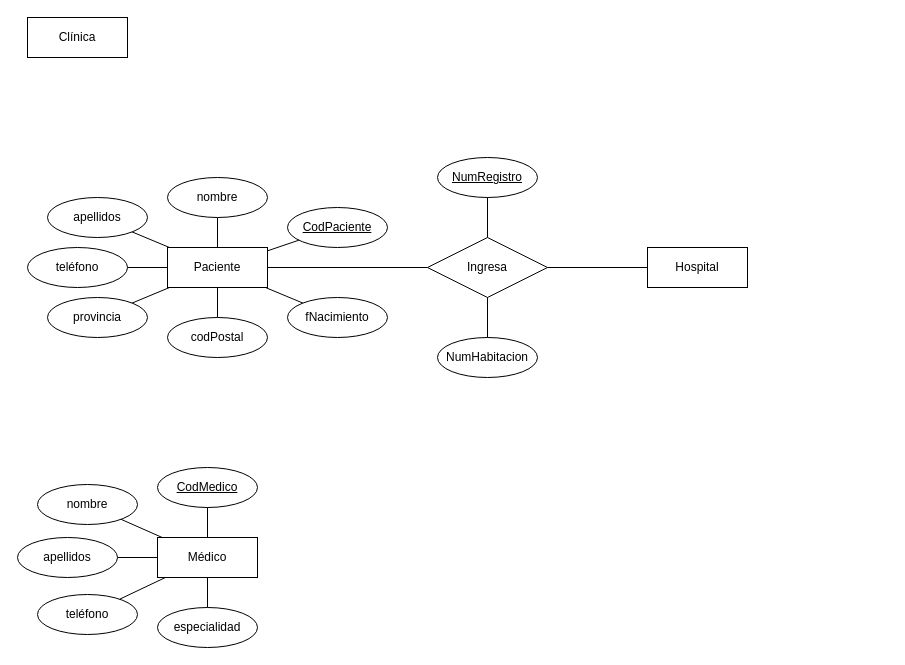
DanielGZamora/testing keeps this draw.io diagram as modeloEntidarRelacion1.drawio. Above is the earlier version. Source tidied: cells renumbered, new cells numbered last; positions are measured from the earlier drawing's top-left corner, leaving out a move shared by most shapes. Both pictures are drawn from the tidied source at 100%, with x=0, y=0 at pixel (17, 17).
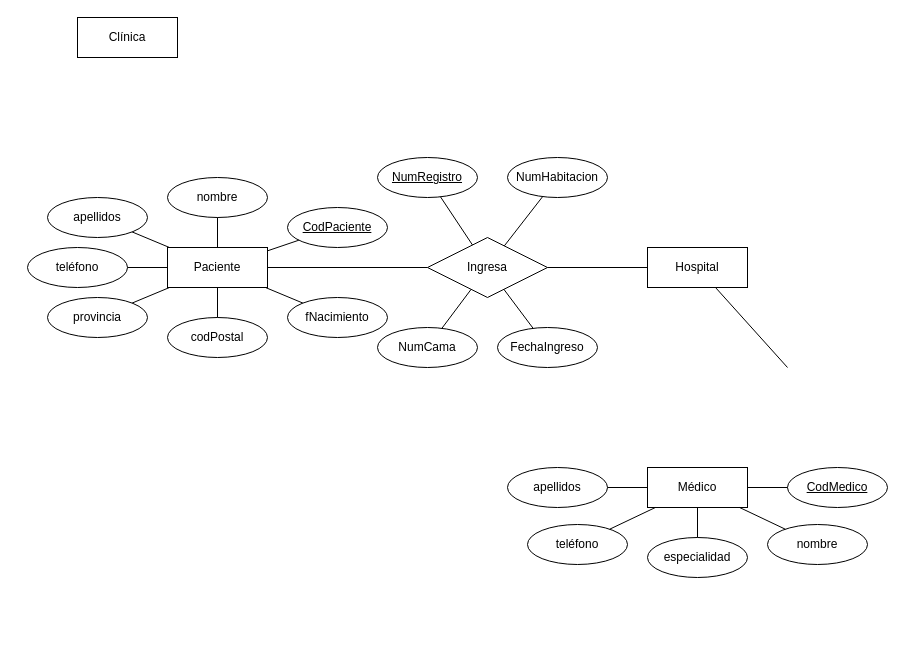
The same diagram, later.

The change refers to these unchanged cells:
```xml
<mxCell id="18" value="Ingresa" style="shape=rhombus;perimeter=rhombusPerimeter;whiteSpace=wrap;html=1;align=center;" parent="1" vertex="1">
  <mxGeometry x="410" y="220" width="120" height="60" as="geometry" />
</mxCell>
<mxCell id="31" value="Hospital" style="whiteSpace=wrap;html=1;align=center;" parent="1" vertex="1">
  <mxGeometry x="630" y="230" width="100" height="40" as="geometry" />
</mxCell>
```

The edit, as a diff of the source:
```diff
@@
     <mxCell id="2" value="Clínica" style="whiteSpace=wrap;html=1;align=center;" parent="1" vertex="1">
-      <mxGeometry x="10" width="100" height="40" as="geometry" />
+      <mxGeometry x="60" width="100" height="40" as="geometry" />
     </mxCell>
@@
     <mxCell id="20" value="Médico" style="whiteSpace=wrap;html=1;align=center;" parent="1" vertex="1">
-      <mxGeometry x="140" y="520" width="100" height="40" as="geometry" />
+      <mxGeometry x="630" y="450" width="100" height="40" as="geometry" />
     </mxCell>
     <mxCell id="21" value="nombre" style="ellipse;whiteSpace=wrap;html=1;align=center;" parent="1" vertex="1">
-      <mxGeometry x="20" y="467" width="100" height="40" as="geometry" />
+      <mxGeometry x="750" y="507" width="100" height="40" as="geometry" />
     </mxCell>
@@
     <mxCell id="23" value="CodMedico" style="ellipse;whiteSpace=wrap;html=1;align=center;fontStyle=4;" parent="1" vertex="1">
-      <mxGeometry x="140" y="450" width="100" height="40" as="geometry" />
+      <mxGeometry x="770" y="450" width="100" height="40" as="geometry" />
     </mxCell>
@@
     <mxCell id="25" value="apellidos" style="ellipse;whiteSpace=wrap;html=1;align=center;" parent="1" vertex="1">
-      <mxGeometry y="520" width="100" height="40" as="geometry" />
+      <mxGeometry x="490" y="450" width="100" height="40" as="geometry" />
     </mxCell>
@@
     <mxCell id="27" value="teléfono" style="ellipse;whiteSpace=wrap;html=1;align=center;" parent="1" vertex="1">
-      <mxGeometry x="20" y="577" width="100" height="40" as="geometry" />
+      <mxGeometry x="510" y="507" width="100" height="40" as="geometry" />
     </mxCell>
@@
     <mxCell id="29" value="especialidad" style="ellipse;whiteSpace=wrap;html=1;align=center;" parent="1" vertex="1">
-      <mxGeometry x="140" y="590" width="100" height="40" as="geometry" />
+      <mxGeometry x="630" y="520" width="100" height="40" as="geometry" />
     </mxCell>
@@
     <mxCell id="33" value="NumRegistro" style="ellipse;whiteSpace=wrap;html=1;align=center;fontStyle=4;" parent="1" vertex="1">
-      <mxGeometry x="420" y="140" width="100" height="40" as="geometry" />
+      <mxGeometry x="360" y="140" width="100" height="40" as="geometry" />
     </mxCell>
@@
-    <mxCell id="35" value="NumHabitacion" style="ellipse;whiteSpace=wrap;html=1;align=center;" parent="1" vertex="1">
-      <mxGeometry x="420" y="320" width="100" height="40" as="geometry" />
+    <mxCell id="35" value="NumCama" style="ellipse;whiteSpace=wrap;html=1;align=center;" parent="1" vertex="1">
+      <mxGeometry x="360" y="310" width="100" height="40" as="geometry" />
     </mxCell>
@@
+    <mxCell id="37" value="FechaIngreso" style="ellipse;whiteSpace=wrap;html=1;align=center;" parent="1" vertex="1">
+      <mxGeometry x="480" y="310" width="100" height="40" as="geometry" />
+    </mxCell>
+    <mxCell id="38" style="endArrow=none;html=1;rounded=0;" parent="1" edge="1" source="18" target="37">
+      <mxGeometry relative="1" as="geometry" />
+    </mxCell>
+    <mxCell id="39" value="NumHabitacion" style="ellipse;whiteSpace=wrap;html=1;align=center;" parent="1" vertex="1">
+      <mxGeometry x="490" y="140" width="100" height="40" as="geometry" />
+    </mxCell>
+    <mxCell id="40" style="endArrow=none;html=1;rounded=0;" parent="1" edge="1" source="18" target="39">
+      <mxGeometry relative="1" as="geometry" />
+    </mxCell>
+    <mxCell id="41" style="endArrow=none;html=1;rounded=0;" parent="1" edge="1" source="31">
+      <mxGeometry relative="1" as="geometry">
+        <mxPoint x="770" y="350" as="targetPoint" />
+      </mxGeometry>
+    </mxCell>
```
